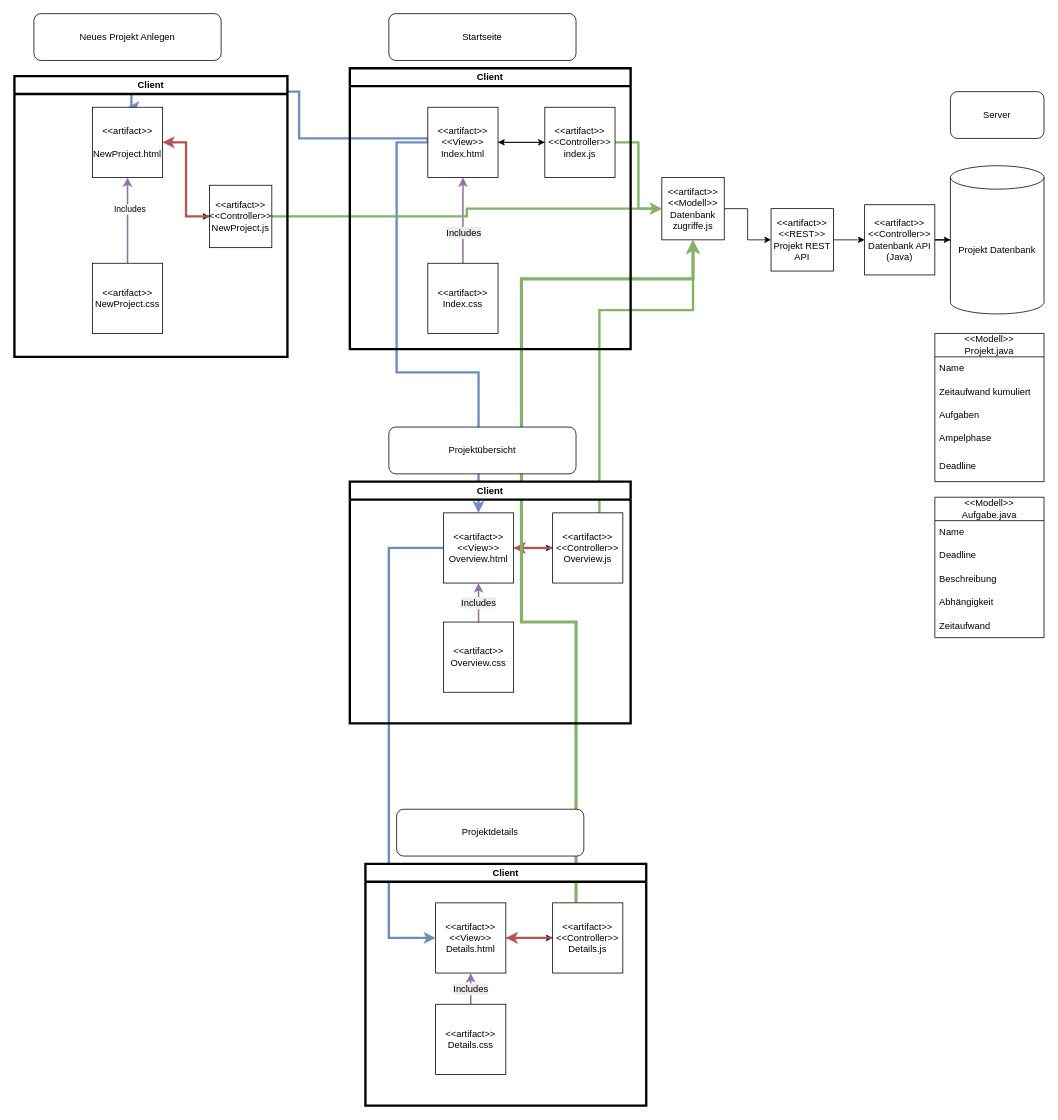
Before: Aufgabe3/Abgabe3.drawio in uX-Pizza/WBA-SS26, a draw.io diagram. Source tidied: cells renumbered, new cells numbered last; positions are measured from the earlier drawing's top-left corner, leaving out a move shared by most shapes. Both pictures are drawn from the tidied source at 78%, with x=0, y=0 at pixel (14, 13).
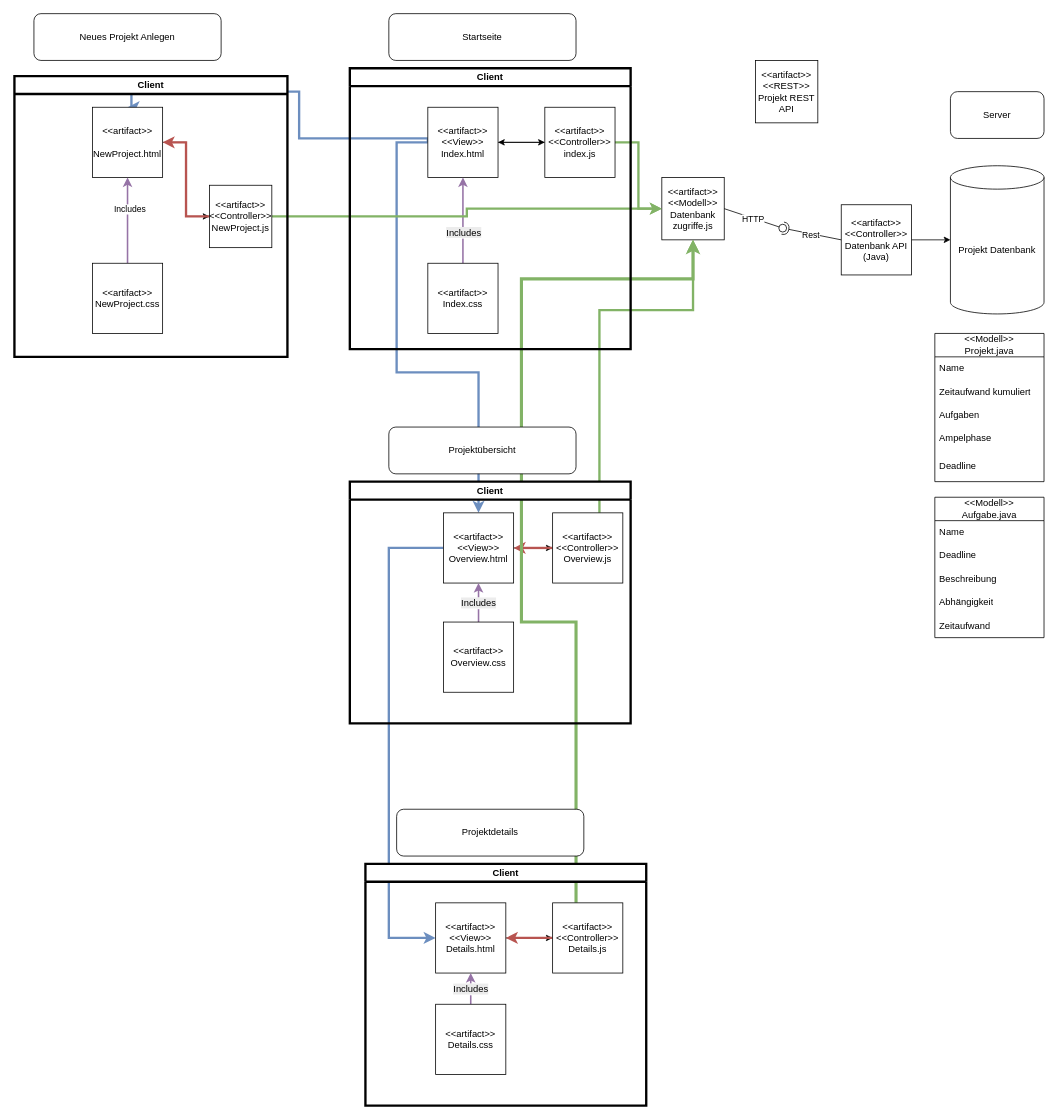
The same page after the edit.

Commit message:
Rest eingezeichnet

The change refers to these unchanged cells:
```xml
<mxCell id="13" value="&amp;lt;&amp;lt;artifact&amp;gt;&amp;gt;&lt;div&gt;&amp;lt;&amp;lt;Modell&amp;gt;&amp;gt;&lt;br&gt;&lt;div&gt;&lt;div&gt;Datenbank zugriffe.js&lt;/div&gt;&lt;/div&gt;&lt;/div&gt;" style="whiteSpace=wrap;html=1;" parent="1" vertex="1">
  <mxGeometry x="830" y="210" width="80" height="80" as="geometry" />
</mxCell>
<mxCell id="41" value="&amp;lt;&amp;lt;artifact&amp;gt;&amp;gt;&lt;div&gt;&amp;lt;&amp;lt;Controller&amp;gt;&amp;gt;&lt;br&gt;&lt;div&gt;NewProject.js&lt;/div&gt;&lt;/div&gt;" style="whiteSpace=wrap;html=1;" parent="1" vertex="1">
  <mxGeometry x="250" y="220" width="80" height="80" as="geometry" />
</mxCell>
```

What changed in the source:
```diff
@@
-    <mxCell id="12" style="edgeStyle=orthogonalEdgeStyle;rounded=0;jettySize=auto;html=1;entryX=0;entryY=0.5;entryDx=0;entryDy=0;" parent="1" edge="1" source="13" target="64">
-      <mxGeometry relative="1" as="geometry" />
-    </mxCell>
@@
     <mxCell id="15" value="&amp;lt;&amp;lt;artifact&amp;gt;&amp;gt;&lt;div&gt;&amp;lt;&amp;lt;Controller&amp;gt;&amp;gt;&lt;br&gt;&lt;div&gt;Datenbank API (Java)&lt;/div&gt;&lt;/div&gt;" style="whiteSpace=wrap;html=1;" parent="1" vertex="1">
-      <mxGeometry x="1090" y="245" width="90" height="90" as="geometry" />
+      <mxGeometry x="1060" y="245" width="90" height="90" as="geometry" />
     </mxCell>
@@
     <mxCell id="40" style="edgeStyle=orthogonalEdgeStyle;rounded=0;jettySize=auto;html=1;entryX=0;entryY=0.5;entryDx=0;entryDy=0;fillColor=#d5e8d4;strokeColor=#82b366;strokeWidth=3;" parent="1" edge="1" source="41" target="13">
-      <mxGeometry relative="1" as="geometry" />
+      <mxGeometry relative="1" as="geometry">
+        <Array as="points">
+          <mxPoint x="580" y="260" />
+          <mxPoint x="580" y="250" />
+        </Array>
+      </mxGeometry>
     </mxCell>
@@
-    <mxCell id="63" style="edgeStyle=orthogonalEdgeStyle;rounded=0;jettySize=auto;html=1;entryX=0;entryY=0.5;entryDx=0;entryDy=0;" parent="1" edge="1" source="64" target="15">
-      <mxGeometry relative="1" as="geometry" />
-    </mxCell>
     <mxCell id="64" value="&lt;div&gt;&amp;lt;&amp;lt;artifact&amp;gt;&amp;gt;&lt;/div&gt;&lt;div&gt;&amp;lt;&amp;lt;REST&amp;gt;&amp;gt;&lt;/div&gt;&lt;div&gt;Projekt REST API&lt;/div&gt;" style="whiteSpace=wrap;html=1;" parent="1" vertex="1">
-      <mxGeometry x="970" y="250" width="80" height="80" as="geometry" />
+      <mxGeometry x="950" y="60" width="80" height="80" as="geometry" />
     </mxCell>
+    <mxCell id="65" style="rounded=0;jettySize=auto;html=1;endArrow=halfCircle;endFill=0;endSize=6;strokeWidth=1;sketch=0;exitX=0;exitY=0.5;exitDx=0;exitDy=0;" parent="1" edge="1" source="15" target="69">
+      <mxGeometry relative="1" as="geometry" />
+    </mxCell>
+    <mxCell id="66" value="Rest" style="edgeLabel;html=1;align=center;verticalAlign=middle;" parent="65" vertex="1">
+      <mxGeometry x="0.04" y="1" relative="1" as="geometry" />
+    </mxCell>
+    <mxCell id="67" style="rounded=0;jettySize=auto;html=1;endArrow=oval;endFill=0;sketch=0;sourcePerimeterSpacing=0;targetPerimeterSpacing=0;endSize=10;entryX=0.8;entryY=0.6;entryDx=0;entryDy=0;entryPerimeter=0;exitX=1;exitY=0.5;exitDx=0;exitDy=0;" parent="1" edge="1" source="13" target="69">
+      <mxGeometry relative="1" as="geometry" />
+    </mxCell>
+    <mxCell id="68" value="HTTP" style="edgeLabel;html=1;align=center;verticalAlign=middle;" parent="67" vertex="1">
+      <mxGeometry x="-0.02" relative="1" as="geometry">
+        <mxPoint y="1" as="offset" />
+      </mxGeometry>
+    </mxCell>
+    <mxCell id="69" style="ellipse;whiteSpace=wrap;html=1;align=center;fillColor=none;strokeColor=none;perimeter=centerPerimeter;points=[];outlineConnect=1;" parent="1" vertex="1">
+      <mxGeometry x="980" y="270" width="10" height="10" as="geometry" />
+    </mxCell>
```
